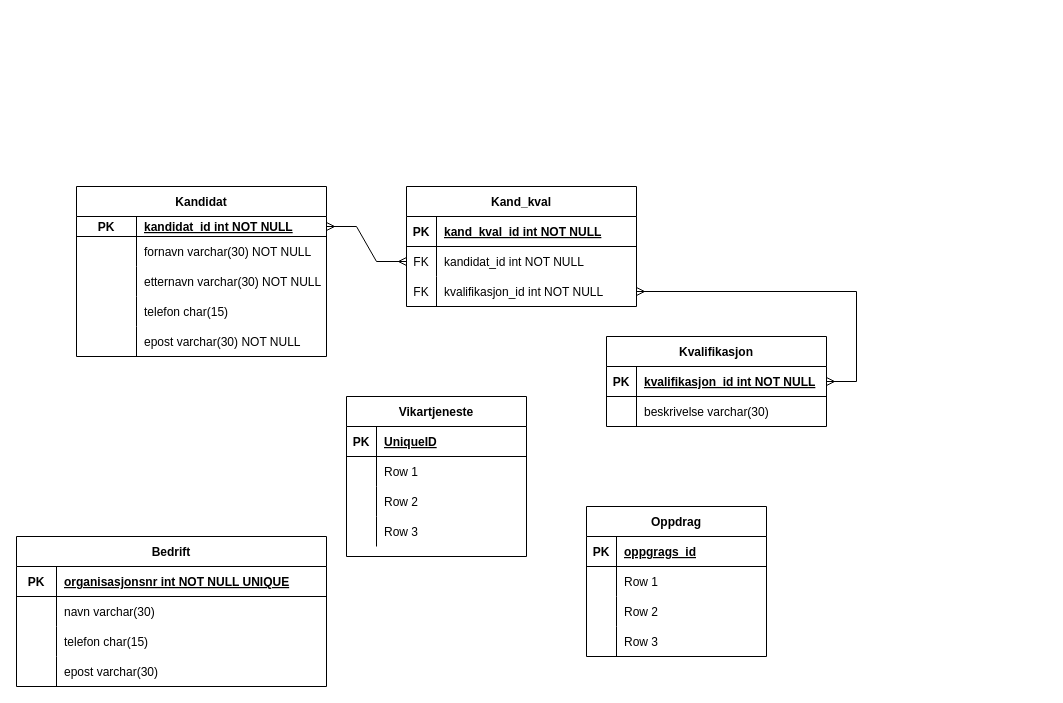
This is Vikartjeneste ER.drawio from SchatzerZD/SQLDatabase, a draw.io file, before an edit. Source tidied: cells renumbered, new cells numbered last; positions are measured from the earlier drawing's top-left corner, leaving out a move shared by most shapes. Both pictures are drawn from the tidied source at 100%, with x=0, y=0 at pixel (16, 186).
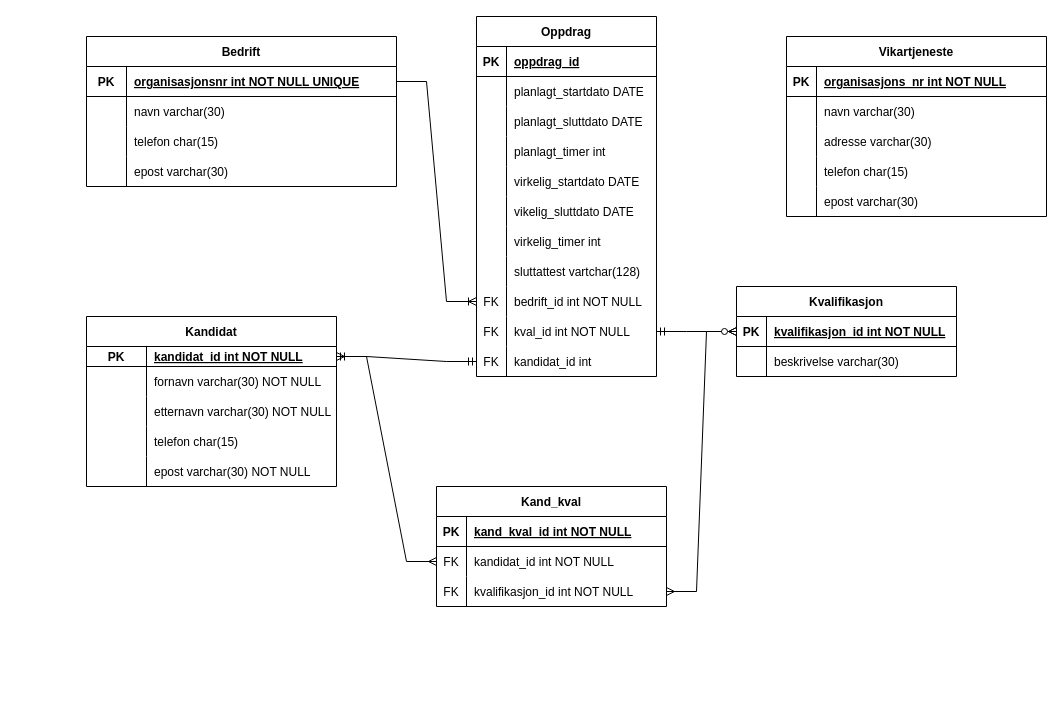
The same diagram, later.

The change refers to these unchanged cells:
```xml
<mxCell id="3" style="shape=tableRow;horizontal=0;startSize=0;swimlaneHead=0;swimlaneBody=0;fillColor=none;points=[[0,0.5],[1,0.5]];portConstraint=eastwest;top=0;left=0;right=0;bottom=1;" parent="2" vertex="1">
  <mxGeometry y="30" width="250" height="20" as="geometry" />
</mxCell>
<mxCell id="23" style="shape=tableRow;horizontal=0;startSize=0;swimlaneHead=0;swimlaneBody=0;fillColor=none;points=[[0,0.5],[1,0.5]];portConstraint=eastwest;top=0;left=0;right=0;bottom=1;" parent="22" vertex="1">
  <mxGeometry y="30" width="310" height="30" as="geometry" />
</mxCell>
<mxCell id="36" style="shape=tableRow;horizontal=0;startSize=0;swimlaneHead=0;swimlaneBody=0;fillColor=none;points=[[0,0.5],[1,0.5]];portConstraint=eastwest;top=0;left=0;right=0;bottom=1;" parent="35" vertex="1">
  <mxGeometry y="30" width="220" height="30" as="geometry" />
</mxCell>
<mxCell id="55" style="shape=tableRow;horizontal=0;startSize=0;swimlaneHead=0;swimlaneBody=0;fillColor=none;top=0;left=0;right=0;bottom=1;" parent="54" vertex="1">
  <mxGeometry y="30" width="180" height="30" as="geometry" />
</mxCell>
<mxCell id="58" style="shape=tableRow;horizontal=0;startSize=0;swimlaneHead=0;swimlaneBody=0;fillColor=none;top=0;left=0;right=0;bottom=0;" parent="54" vertex="1">
  <mxGeometry y="60" width="180" height="30" as="geometry" />
</mxCell>
<mxCell id="61" style="shape=tableRow;horizontal=0;startSize=0;swimlaneHead=0;swimlaneBody=0;fillColor=none;top=0;left=0;right=0;bottom=0;" parent="54" vertex="1">
  <mxGeometry y="90" width="180" height="30" as="geometry" />
</mxCell>
<mxCell id="64" style="shape=tableRow;horizontal=0;startSize=0;swimlaneHead=0;swimlaneBody=0;fillColor=none;top=0;left=0;right=0;bottom=0;" parent="54" vertex="1">
  <mxGeometry y="120" width="180" height="30" as="geometry" />
</mxCell>
```

The edit, as a diff of the source:
```diff
@@
     <mxCell id="2" value="Kandidat" style="shape=table;startSize=30;childLayout=tableLayout;rowLines=0;fontStyle=1;align=center;" parent="1" vertex="1">
-      <mxGeometry x="60" width="250" height="170" as="geometry" />
+      <mxGeometry x="70" y="130" width="250" height="170" as="geometry" />
     </mxCell>
@@
     <mxCell id="22" value="Bedrift" style="shape=table;startSize=30;childLayout=tableLayout;rowLines=0;fontStyle=1;align=center;" parent="1" vertex="1">
-      <mxGeometry y="350" width="310" height="150" as="geometry" />
+      <mxGeometry x="70" y="-150" width="310" height="150" as="geometry" />
     </mxCell>
@@
     <mxCell id="35" value="Kvalifikasjon" style="shape=table;startSize=30;childLayout=tableLayout;rowLines=0;fontStyle=1;align=center;" parent="1" vertex="1">
-      <mxGeometry x="590" y="150" width="220" height="90" as="geometry" />
+      <mxGeometry x="720" y="100" width="220" height="90" as="geometry" />
     </mxCell>
@@
     <mxCell id="43" value="Kand_kval" style="shape=table;startSize=30;childLayout=tableLayout;rowLines=0;fontStyle=1;align=center;" parent="1" vertex="1">
-      <mxGeometry x="390" width="230" height="120" as="geometry" />
+      <mxGeometry x="420" y="300" width="230" height="120" as="geometry" />
     </mxCell>
@@
     <mxCell id="54" value="Oppdrag" style="shape=table;startSize=30;childLayout=tableLayout;rowLines=0;fontStyle=1;align=center;" parent="1" vertex="1">
-      <mxGeometry x="570" y="320" width="180" height="150" as="geometry" />
+      <mxGeometry x="460" y="-170" width="180" height="360" as="geometry" />
     </mxCell>
@@
-    <mxCell id="57" value="oppgrags_id" style="shape=partialRectangle;fillColor=none;top=0;left=0;bottom=0;right=0;align=left;spacingLeft=6;fontStyle=5;overflow=hidden;" parent="55" vertex="1">
+    <mxCell id="57" value="oppdrag_id" style="shape=partialRectangle;fillColor=none;top=0;left=0;bottom=0;right=0;align=left;spacingLeft=6;fontStyle=5;overflow=hidden;" parent="55" vertex="1">
       <mxGeometry x="30" width="150" height="30" as="geometry" />
     </mxCell>
@@
-    <mxCell id="60" value="Row 1" style="shape=partialRectangle;fillColor=none;top=0;left=0;bottom=0;right=0;align=left;spacingLeft=6;overflow=hidden;" parent="58" vertex="1">
+    <mxCell id="60" value="planlagt_startdato DATE" style="shape=partialRectangle;fillColor=none;top=0;left=0;bottom=0;right=0;align=left;spacingLeft=6;overflow=hidden;" parent="58" vertex="1">
       <mxGeometry x="30" width="150" height="30" as="geometry" />
     </mxCell>
@@
-    <mxCell id="63" value="Row 2" style="shape=partialRectangle;fillColor=none;top=0;left=0;bottom=0;right=0;align=left;spacingLeft=6;overflow=hidden;" parent="61" vertex="1">
+    <mxCell id="63" value="planlagt_sluttdato DATE" style="shape=partialRectangle;fillColor=none;top=0;left=0;bottom=0;right=0;align=left;spacingLeft=6;overflow=hidden;" parent="61" vertex="1">
       <mxGeometry x="30" width="150" height="30" as="geometry" />
     </mxCell>
@@
-    <mxCell id="66" value="Row 3" style="shape=partialRectangle;fillColor=none;top=0;left=0;bottom=0;right=0;align=left;spacingLeft=6;overflow=hidden;" parent="64" vertex="1">
+    <mxCell id="66" value="planlagt_timer int" style="shape=partialRectangle;fillColor=none;top=0;left=0;bottom=0;right=0;align=left;spacingLeft=6;overflow=hidden;" parent="64" vertex="1">
       <mxGeometry x="30" width="150" height="30" as="geometry" />
     </mxCell>
+    <mxCell id="80" style="shape=tableRow;horizontal=0;startSize=0;swimlaneHead=0;swimlaneBody=0;fillColor=none;top=0;left=0;right=0;bottom=0;" parent="54" vertex="1">
+      <mxGeometry y="150" width="180" height="30" as="geometry" />
+    </mxCell>
+    <mxCell id="81" style="shape=partialRectangle;fillColor=none;top=0;left=0;bottom=0;right=0;overflow=hidden;" parent="80" vertex="1">
+      <mxGeometry width="30" height="30" as="geometry" />
+    </mxCell>
+    <mxCell id="82" value="virkelig_startdato DATE" style="shape=partialRectangle;fillColor=none;top=0;left=0;bottom=0;right=0;align=left;spacingLeft=6;overflow=hidden;" parent="80" vertex="1">
+      <mxGeometry x="30" width="150" height="30" as="geometry" />
+    </mxCell>
+    <mxCell id="83" style="shape=tableRow;horizontal=0;startSize=0;swimlaneHead=0;swimlaneBody=0;fillColor=none;top=0;left=0;right=0;bottom=0;" parent="54" vertex="1">
+      <mxGeometry y="180" width="180" height="30" as="geometry" />
+    </mxCell>
+    <mxCell id="84" style="shape=partialRectangle;fillColor=none;top=0;left=0;bottom=0;right=0;overflow=hidden;" parent="83" vertex="1">
+      <mxGeometry width="30" height="30" as="geometry" />
+    </mxCell>
+    <mxCell id="85" value="vikelig_sluttdato DATE" style="shape=partialRectangle;fillColor=none;top=0;left=0;bottom=0;right=0;align=left;spacingLeft=6;overflow=hidden;" parent="83" vertex="1">
+      <mxGeometry x="30" width="150" height="30" as="geometry" />
+    </mxCell>
+    <mxCell id="86" style="shape=tableRow;horizontal=0;startSize=0;swimlaneHead=0;swimlaneBody=0;fillColor=none;top=0;left=0;right=0;bottom=0;" parent="54" vertex="1">
+      <mxGeometry y="210" width="180" height="30" as="geometry" />
+    </mxCell>
+    <mxCell id="87" style="shape=partialRectangle;fillColor=none;top=0;left=0;bottom=0;right=0;overflow=hidden;" parent="86" vertex="1">
+      <mxGeometry width="30" height="30" as="geometry" />
+    </mxCell>
+    <mxCell id="88" value="virkelig_timer int" style="shape=partialRectangle;fillColor=none;top=0;left=0;bottom=0;right=0;align=left;spacingLeft=6;overflow=hidden;" parent="86" vertex="1">
+      <mxGeometry x="30" width="150" height="30" as="geometry" />
+    </mxCell>
+    <mxCell id="89" style="shape=tableRow;horizontal=0;startSize=0;swimlaneHead=0;swimlaneBody=0;fillColor=none;top=0;left=0;right=0;bottom=0;" parent="54" vertex="1">
+      <mxGeometry y="240" width="180" height="30" as="geometry" />
+    </mxCell>
+    <mxCell id="90" style="shape=partialRectangle;fillColor=none;top=0;left=0;bottom=0;right=0;overflow=hidden;" parent="89" vertex="1">
+      <mxGeometry width="30" height="30" as="geometry" />
+    </mxCell>
+    <mxCell id="91" value="sluttattest vartchar(128)" style="shape=partialRectangle;fillColor=none;top=0;left=0;bottom=0;right=0;align=left;spacingLeft=6;overflow=hidden;" parent="89" vertex="1">
+      <mxGeometry x="30" width="150" height="30" as="geometry" />
+    </mxCell>
+    <mxCell id="92" style="shape=tableRow;horizontal=0;startSize=0;swimlaneHead=0;swimlaneBody=0;fillColor=none;points=[[0,0.5],[1,0.5]];portConstraint=eastwest;top=0;left=0;right=0;bottom=0;" parent="54" vertex="1">
+      <mxGeometry y="270" width="180" height="30" as="geometry" />
+    </mxCell>
+    <mxCell id="93" value="FK" style="shape=partialRectangle;fillColor=none;top=0;left=0;bottom=0;right=0;fontStyle=0;overflow=hidden;" parent="92" vertex="1">
+      <mxGeometry width="30" height="30" as="geometry" />
+    </mxCell>
+    <mxCell id="94" value="bedrift_id int NOT NULL" style="shape=partialRectangle;fillColor=none;top=0;left=0;bottom=0;right=0;align=left;spacingLeft=6;fontStyle=0;overflow=hidden;" parent="92" vertex="1">
+      <mxGeometry x="30" width="150" height="30" as="geometry" />
+    </mxCell>
+    <mxCell id="95" style="shape=tableRow;horizontal=0;startSize=0;swimlaneHead=0;swimlaneBody=0;fillColor=none;points=[[0,0.5],[1,0.5]];portConstraint=eastwest;top=0;left=0;right=0;bottom=0;" parent="54" vertex="1">
+      <mxGeometry y="300" width="180" height="30" as="geometry" />
+    </mxCell>
+    <mxCell id="96" value="FK" style="shape=partialRectangle;fillColor=none;top=0;left=0;bottom=0;right=0;fontStyle=0;overflow=hidden;" parent="95" vertex="1">
+      <mxGeometry width="30" height="30" as="geometry" />
+    </mxCell>
+    <mxCell id="97" value="kval_id int NOT NULL" style="shape=partialRectangle;fillColor=none;top=0;left=0;bottom=0;right=0;align=left;spacingLeft=6;fontStyle=0;overflow=hidden;" parent="95" vertex="1">
+      <mxGeometry x="30" width="150" height="30" as="geometry" />
+    </mxCell>
+    <mxCell id="98" style="shape=tableRow;horizontal=0;startSize=0;swimlaneHead=0;swimlaneBody=0;fillColor=none;points=[[0,0.5],[1,0.5]];portConstraint=eastwest;top=0;left=0;right=0;bottom=0;" parent="54" vertex="1">
+      <mxGeometry y="330" width="180" height="30" as="geometry" />
+    </mxCell>
+    <mxCell id="99" value="FK" style="shape=partialRectangle;fillColor=none;top=0;left=0;bottom=0;right=0;fontStyle=0;overflow=hidden;" parent="98" vertex="1">
+      <mxGeometry width="30" height="30" as="geometry" />
+    </mxCell>
+    <mxCell id="100" value="kandidat_id int" style="shape=partialRectangle;fillColor=none;top=0;left=0;bottom=0;right=0;align=left;spacingLeft=6;fontStyle=0;overflow=hidden;" parent="98" vertex="1">
+      <mxGeometry x="30" width="150" height="30" as="geometry" />
+    </mxCell>
     <mxCell id="67" value="Vikartjeneste" style="shape=table;startSize=30;childLayout=tableLayout;rowLines=0;fontStyle=1;align=center;" parent="1" vertex="1">
-      <mxGeometry x="330" y="210" width="180" height="160" as="geometry" />
+      <mxGeometry x="770" y="-150" width="260" height="180" as="geometry" />
     </mxCell>
     <mxCell id="68" style="shape=tableRow;horizontal=0;startSize=0;swimlaneHead=0;swimlaneBody=0;fillColor=none;top=0;left=0;right=0;bottom=1;" parent="67" vertex="1">
-      <mxGeometry y="30" width="180" height="30" as="geometry" />
+      <mxGeometry y="30" width="260" height="30" as="geometry" />
     </mxCell>
@@
-    <mxCell id="70" value="UniqueID" style="shape=partialRectangle;fillColor=none;top=0;left=0;bottom=0;right=0;align=left;spacingLeft=6;fontStyle=5;overflow=hidden;" parent="68" vertex="1">
-      <mxGeometry x="30" width="150" height="30" as="geometry" />
+    <mxCell id="70" value="organisasjons_nr int NOT NULL" style="shape=partialRectangle;fillColor=none;top=0;left=0;bottom=0;right=0;align=left;spacingLeft=6;fontStyle=5;overflow=hidden;" parent="68" vertex="1">
+      <mxGeometry x="30" width="230" height="30" as="geometry" />
     </mxCell>
     <mxCell id="71" style="shape=tableRow;horizontal=0;startSize=0;swimlaneHead=0;swimlaneBody=0;fillColor=none;top=0;left=0;right=0;bottom=0;" parent="67" vertex="1">
-      <mxGeometry y="60" width="180" height="30" as="geometry" />
+      <mxGeometry y="60" width="260" height="30" as="geometry" />
     </mxCell>
@@
-    <mxCell id="73" value="Row 1" style="shape=partialRectangle;fillColor=none;top=0;left=0;bottom=0;right=0;align=left;spacingLeft=6;overflow=hidden;" parent="71" vertex="1">
-      <mxGeometry x="30" width="150" height="30" as="geometry" />
+    <mxCell id="73" value="navn varchar(30)" style="shape=partialRectangle;fillColor=none;top=0;left=0;bottom=0;right=0;align=left;spacingLeft=6;overflow=hidden;" parent="71" vertex="1">
+      <mxGeometry x="30" width="230" height="30" as="geometry" />
     </mxCell>
     <mxCell id="74" style="shape=tableRow;horizontal=0;startSize=0;swimlaneHead=0;swimlaneBody=0;fillColor=none;top=0;left=0;right=0;bottom=0;" parent="67" vertex="1">
-      <mxGeometry y="90" width="180" height="30" as="geometry" />
+      <mxGeometry y="90" width="260" height="30" as="geometry" />
     </mxCell>
@@
-    <mxCell id="76" value="Row 2" style="shape=partialRectangle;fillColor=none;top=0;left=0;bottom=0;right=0;align=left;spacingLeft=6;overflow=hidden;" parent="74" vertex="1">
-      <mxGeometry x="30" width="150" height="30" as="geometry" />
+    <mxCell id="76" value="adresse varchar(30)" style="shape=partialRectangle;fillColor=none;top=0;left=0;bottom=0;right=0;align=left;spacingLeft=6;overflow=hidden;" parent="74" vertex="1">
+      <mxGeometry x="30" width="230" height="30" as="geometry" />
     </mxCell>
     <mxCell id="77" style="shape=tableRow;horizontal=0;startSize=0;swimlaneHead=0;swimlaneBody=0;fillColor=none;top=0;left=0;right=0;bottom=0;" parent="67" vertex="1">
-      <mxGeometry y="120" width="180" height="30" as="geometry" />
+      <mxGeometry y="120" width="260" height="30" as="geometry" />
     </mxCell>
@@
-    <mxCell id="79" value="Row 3" style="shape=partialRectangle;fillColor=none;top=0;left=0;bottom=0;right=0;align=left;spacingLeft=6;overflow=hidden;" parent="77" vertex="1">
-      <mxGeometry x="30" width="150" height="30" as="geometry" />
+    <mxCell id="79" value="telefon char(15)" style="shape=partialRectangle;fillColor=none;top=0;left=0;bottom=0;right=0;align=left;spacingLeft=6;overflow=hidden;" parent="77" vertex="1">
+      <mxGeometry x="30" width="230" height="30" as="geometry" />
     </mxCell>
+    <mxCell id="101" style="shape=tableRow;horizontal=0;startSize=0;swimlaneHead=0;swimlaneBody=0;fillColor=none;top=0;left=0;right=0;bottom=0;" parent="67" vertex="1">
+      <mxGeometry y="150" width="260" height="30" as="geometry" />
+    </mxCell>
+    <mxCell id="102" style="shape=partialRectangle;fillColor=none;top=0;left=0;bottom=0;right=0;overflow=hidden;" parent="101" vertex="1">
+      <mxGeometry width="30" height="30" as="geometry" />
+    </mxCell>
+    <mxCell id="103" value="epost varchar(30)" style="shape=partialRectangle;fillColor=none;top=0;left=0;bottom=0;right=0;align=left;spacingLeft=6;overflow=hidden;" parent="101" vertex="1">
+      <mxGeometry x="30" width="230" height="30" as="geometry" />
+    </mxCell>
+    <mxCell id="104" style="edgeStyle=entityRelationEdgeStyle;fontSize=12;html=1;endArrow=ERoneToMany;rounded=0;" parent="1" edge="1" source="23" target="92">
+      <mxGeometry relative="1" as="geometry" />
+    </mxCell>
+    <mxCell id="105" style="edgeStyle=entityRelationEdgeStyle;fontSize=12;html=1;endArrow=ERzeroToMany;startArrow=ERmandOne;rounded=0;" parent="1" edge="1" source="95" target="36">
+      <mxGeometry relative="1" as="geometry" />
+    </mxCell>
+    <mxCell id="106" style="edgeStyle=entityRelationEdgeStyle;fontSize=12;html=1;endArrow=ERmandOne;startArrow=ERmandOne;rounded=0;" parent="1" edge="1" source="3" target="98">
+      <mxGeometry relative="1" as="geometry" />
+    </mxCell>
```
